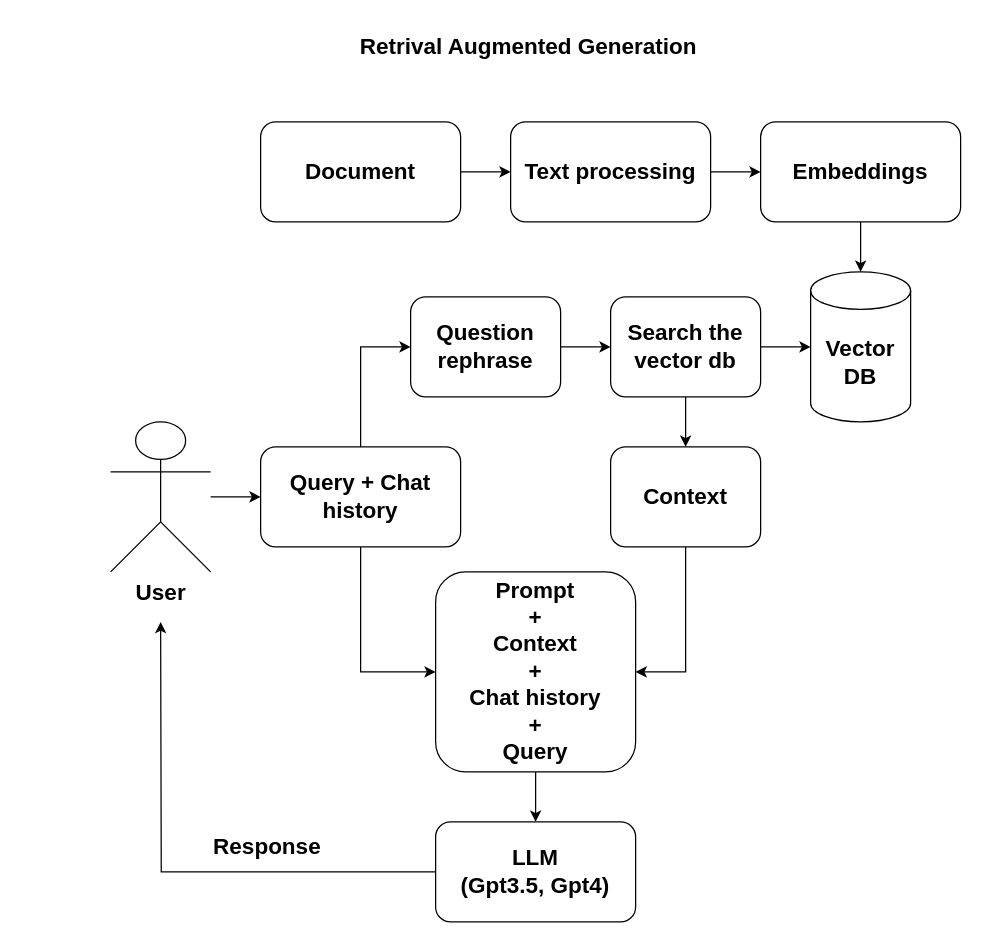
The draw.io diagram flowchart.drawio in RajK-NeetiAI/Values-Agrocel, before the edit. Source tidied: cells renumbered, new cells numbered last; positions are measured from the earlier drawing's top-left corner, leaving out a move shared by most shapes. Both pictures are drawn from the tidied source at 125%, with x=0, y=0 at pixel (110, 21).
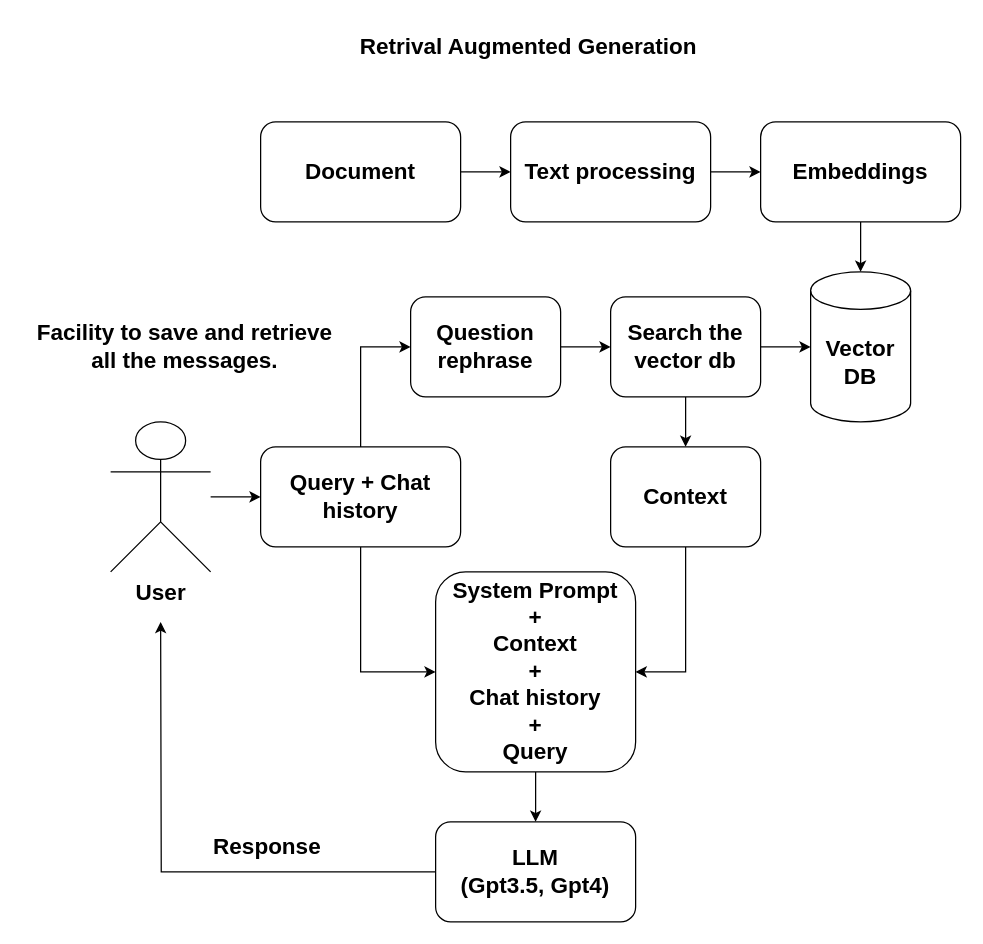
The same diagram, later.

What changed in the source:
```diff
@@
-    <mxCell id="22" value="&lt;b&gt;&lt;font style=&quot;font-size: 18px;&quot;&gt;Prompt&lt;br&gt;+&lt;br&gt;Context&lt;br&gt;+&lt;br&gt;Chat history&lt;br&gt;+&lt;br&gt;Query&lt;br&gt;&lt;/font&gt;&lt;/b&gt;" style="rounded=1;whiteSpace=wrap;html=1;" parent="1" vertex="1">
+    <mxCell id="22" value="&lt;b&gt;&lt;font style=&quot;font-size: 18px;&quot;&gt;System Prompt&lt;br&gt;+&lt;br&gt;Context&lt;br&gt;+&lt;br&gt;Chat history&lt;br&gt;+&lt;br&gt;Query&lt;br&gt;&lt;/font&gt;&lt;/b&gt;" style="rounded=1;whiteSpace=wrap;html=1;" parent="1" vertex="1">
       <mxGeometry x="260" y="440" width="160" height="160" as="geometry" />
     </mxCell>
@@
+    <mxCell id="27" value="&lt;b&gt;&lt;font style=&quot;font-size: 18px;&quot;&gt;Facility to save and retrieve&lt;br&gt;all the messages.&lt;/font&gt;&lt;/b&gt;" style="text;html=1;align=center;verticalAlign=middle;strokeColor=none;fillColor=none;" parent="1" vertex="1">
+      <mxGeometry x="-71" y="230" width="260" height="60" as="geometry" />
+    </mxCell>
```
